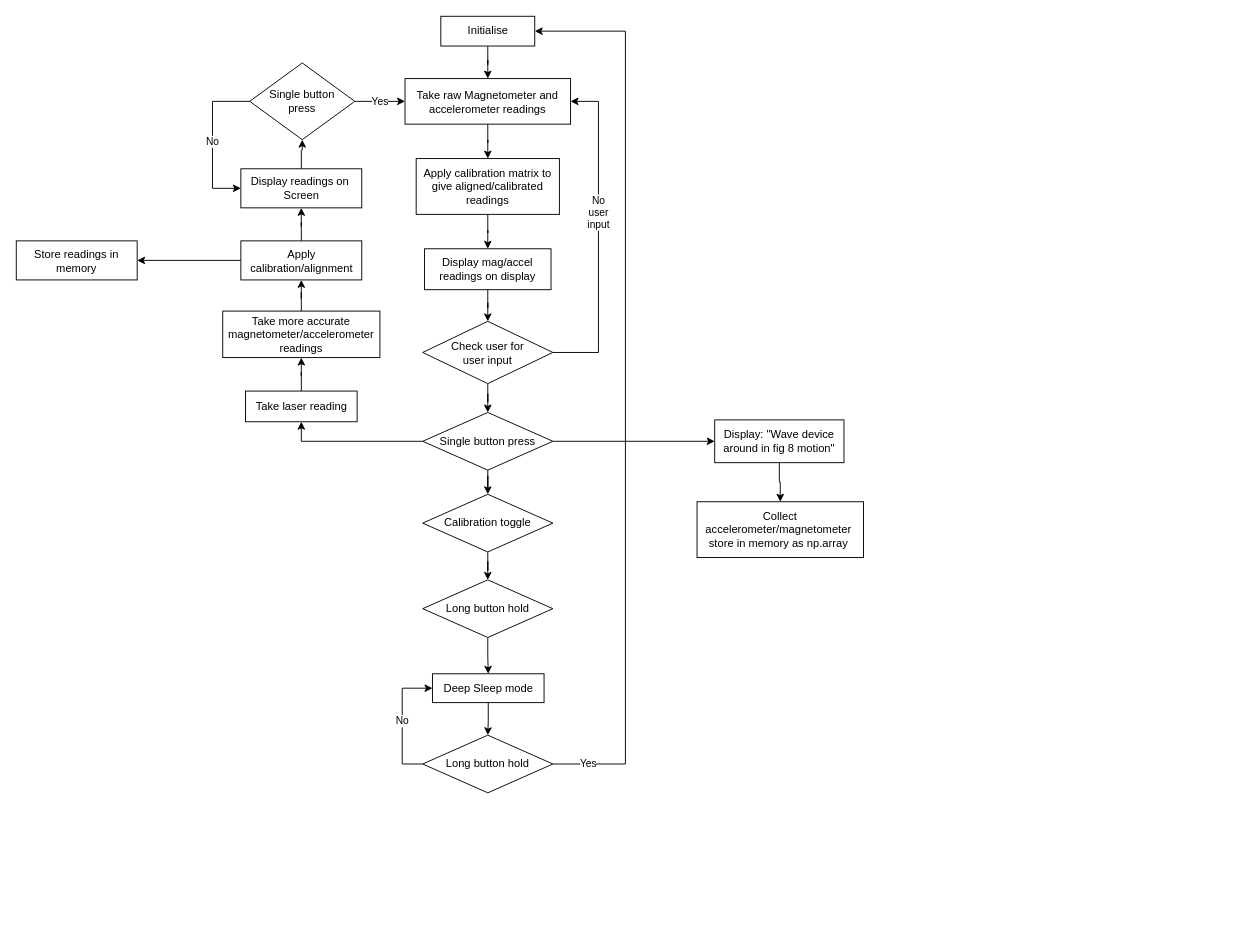
blhall195/Cwmorthin keeps this draw.io diagram as Untitled Diagram.drawio. Above is the earlier version. Source tidied: cells renumbered, new cells numbered last; positions are measured from the earlier drawing's top-left corner, leaving out a move shared by most shapes. Both pictures are drawn from the tidied source at 93%, with x=0, y=0 at pixel (16, 16).
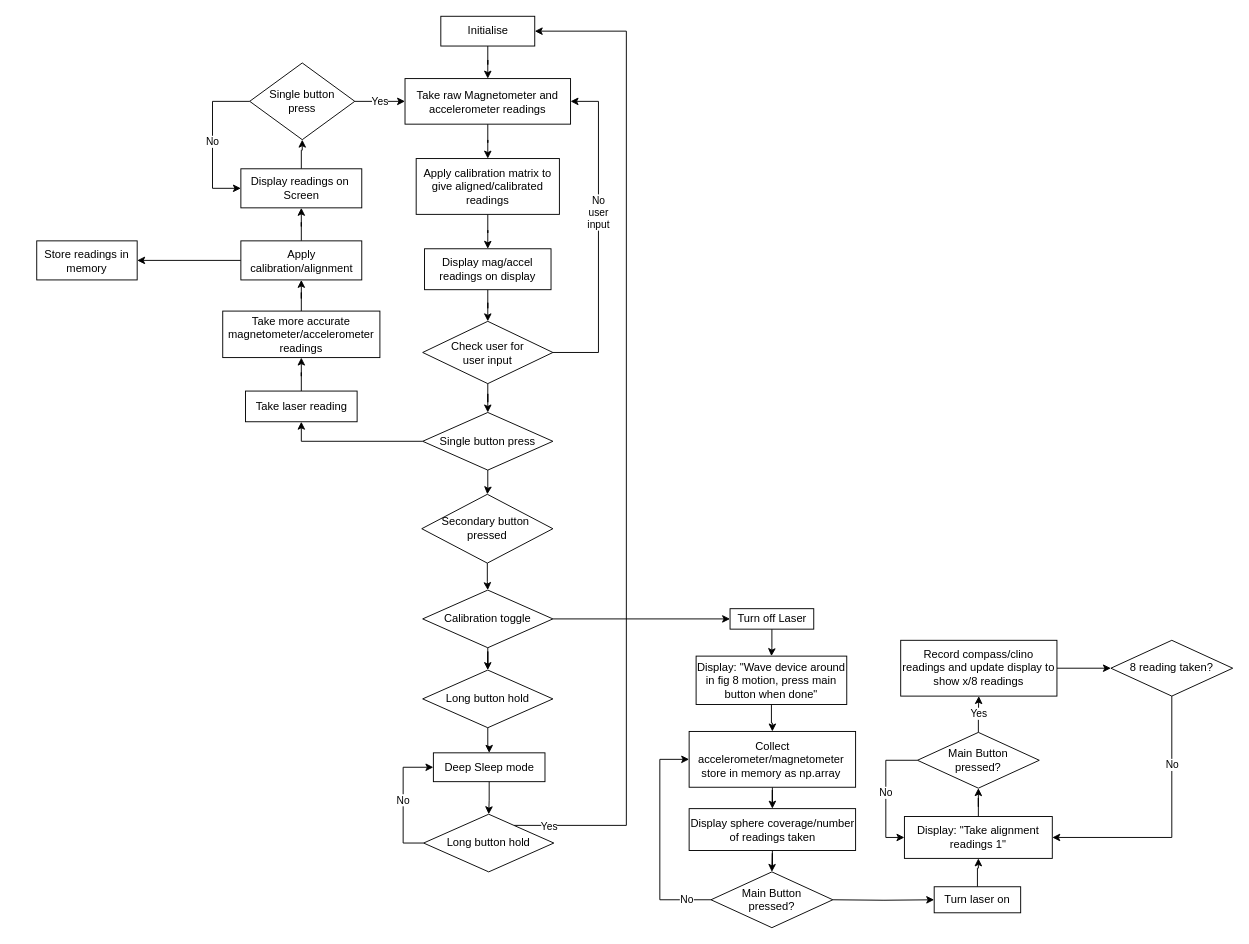
Above is the later version.

The change refers to these unchanged cells:
```xml
<mxCell id="3" value="Initialise" style="rounded=0;whiteSpace=wrap;html=1;fontFamily=Helvetica;fontSize=12;fontColor=#000000;align=center;" parent="1" vertex="1">
  <mxGeometry x="456.5" width="101" height="32" as="geometry" />
</mxCell>
<mxCell id="17" value="Single button press" style="rhombus;whiteSpace=wrap;html=1;fontColor=#000000;" parent="1" vertex="1">
  <mxGeometry x="437" y="426" width="140" height="62" as="geometry" />
</mxCell>
```

What changed in the source:
```diff
@@
-    <mxCell id="16" style="edgeStyle=orthogonalEdgeStyle;rounded=0;jettySize=auto;html=1;" parent="1" edge="1" source="17" target="41">
-      <mxGeometry relative="1" as="geometry" />
-    </mxCell>
@@
-    <mxCell id="18" style="edgeStyle=orthogonalEdgeStyle;rounded=0;jettySize=auto;html=1;" parent="1" edge="1" source="19" target="21">
-      <mxGeometry relative="1" as="geometry" />
-    </mxCell>
+    <mxCell id="43" style="edgeStyle=orthogonalEdgeStyle;rounded=0;jettySize=auto;html=1;" parent="1" edge="1" source="19" target="50">
+      <mxGeometry relative="1" as="geometry" />
+    </mxCell>
-    <mxCell id="19" value="Calibration toggle" style="rhombus;whiteSpace=wrap;html=1;fontColor=#000000;" parent="1" vertex="1">
-      <mxGeometry x="437" y="514" width="140" height="62" as="geometry" />
+    <mxCell id="19" value="Secondary button&amp;nbsp;&lt;br&gt;pressed" style="rhombus;whiteSpace=wrap;html=1;fontColor=#000000;" parent="1" vertex="1">
+      <mxGeometry x="436" y="514" width="141" height="74" as="geometry" />
     </mxCell>
@@
     <mxCell id="21" value="Long button hold" style="rhombus;whiteSpace=wrap;html=1;fontColor=#000000;" parent="1" vertex="1">
-      <mxGeometry x="437" y="606" width="140" height="62" as="geometry" />
+      <mxGeometry x="437" y="703" width="140" height="62" as="geometry" />
     </mxCell>
@@
     <mxCell id="23" value="Deep Sleep mode" style="whiteSpace=wrap;html=1;fontColor=#000000;" parent="1" vertex="1">
-      <mxGeometry x="447.5" y="707" width="120" height="31" as="geometry" />
+      <mxGeometry x="448.5" y="792" width="120" height="31" as="geometry" />
     </mxCell>
+    <mxCell id="25" value="No" style="edgeStyle=orthogonalEdgeStyle;rounded=0;jettySize=auto;html=1;entryX=0;entryY=0.5;entryDx=0;entryDy=0;" parent="1" edge="1" source="26" target="23">
+      <mxGeometry relative="1" as="geometry">
+        <Array as="points">
+          <mxPoint x="416" y="889" />
+          <mxPoint x="416" y="808" />
+        </Array>
+      </mxGeometry>
+    </mxCell>
-    <mxCell id="24" value="Yes" style="edgeStyle=orthogonalEdgeStyle;rounded=0;jettySize=auto;html=1;entryX=1;entryY=0.5;entryDx=0;entryDy=0;" parent="1" edge="1" source="26" target="3">
-      <mxGeometry x="-0.92" relative="1" as="geometry">
+    <mxCell id="24" style="edgeStyle=orthogonalEdgeStyle;rounded=0;jettySize=auto;html=1;entryX=1;entryY=0.5;entryDx=0;entryDy=0;" parent="1" edge="1" source="26" target="3">
+      <mxGeometry relative="1" as="geometry">
         <Array as="points">
-          <mxPoint x="655" y="804" />
-          <mxPoint x="655" y="16" />
+          <mxPoint x="656" y="870" />
+          <mxPoint x="656" y="16" />
         </Array>
-        <mxPoint x="-1" as="offset" />
       </mxGeometry>
     </mxCell>
-    <mxCell id="25" value="No" style="edgeStyle=orthogonalEdgeStyle;rounded=0;jettySize=auto;html=1;entryX=0;entryY=0.5;entryDx=0;entryDy=0;" parent="1" edge="1" source="26" target="23">
-      <mxGeometry relative="1" as="geometry">
-        <Array as="points">
-          <mxPoint x="415" y="804" />
-          <mxPoint x="415" y="723" />
-        </Array>
-      </mxGeometry>
-    </mxCell>
+    <mxCell id="44" value="Yes" style="edgeLabel;html=1;align=center;verticalAlign=middle;" parent="24" vertex="1">
+      <mxGeometry x="-0.9" y="2" relative="1" as="geometry">
+        <mxPoint x="-17" y="2" as="offset" />
+      </mxGeometry>
+    </mxCell>
     <mxCell id="26" value="Long button hold" style="rhombus;whiteSpace=wrap;html=1;fontColor=#000000;" parent="1" vertex="1">
-      <mxGeometry x="437" y="773" width="140" height="62" as="geometry" />
+      <mxGeometry x="438" y="858" width="140" height="62" as="geometry" />
     </mxCell>
@@
     <mxCell id="36" value="Store readings in memory" style="rounded=0;whiteSpace=wrap;html=1;" parent="1" vertex="1">
-      <mxGeometry y="241.5" width="130" height="42" as="geometry" />
+      <mxGeometry x="22" y="241.5" width="108" height="42" as="geometry" />
     </mxCell>
@@
-    <mxCell id="40" style="edgeStyle=orthogonalEdgeStyle;rounded=0;jettySize=auto;html=1;" parent="1" edge="1" source="41" target="42">
+    <mxCell id="40" style="edgeStyle=orthogonalEdgeStyle;rounded=0;jettySize=auto;html=1;entryX=0.5;entryY=0;entryDx=0;entryDy=0;" parent="1" edge="1" source="41" target="42">
       <mxGeometry relative="1" as="geometry" />
     </mxCell>
-    <mxCell id="41" value="Display: &quot;Wave device around in fig 8 motion&quot;" style="whiteSpace=wrap;html=1;fontColor=#000000;" parent="1" vertex="1">
-      <mxGeometry x="751" y="434" width="139" height="46" as="geometry" />
+    <mxCell id="41" value="Display: &quot;Wave device around in fig 8 motion, press main button when done&quot;" style="whiteSpace=wrap;html=1;fontColor=#000000;" parent="1" vertex="1">
+      <mxGeometry x="731" y="688" width="162" height="52" as="geometry" />
     </mxCell>
+    <mxCell id="45" style="edgeStyle=orthogonalEdgeStyle;rounded=0;jettySize=auto;html=1;" parent="1" edge="1" source="42" target="47">
+      <mxGeometry relative="1" as="geometry" />
+    </mxCell>
     <mxCell id="42" value="Collect accelerometer/magnetometer&amp;nbsp;&lt;br&gt;store in memory as np.array&amp;nbsp;" style="whiteSpace=wrap;html=1;fontColor=#000000;" parent="1" vertex="1">
-      <mxGeometry x="732" y="522" width="179" height="60" as="geometry" />
+      <mxGeometry x="723.5" y="769" width="179" height="60" as="geometry" />
     </mxCell>
+    <mxCell id="46" style="edgeStyle=orthogonalEdgeStyle;rounded=0;jettySize=auto;html=1;" parent="1" edge="1" source="47">
+      <mxGeometry relative="1" as="geometry">
+        <mxPoint x="812.5" y="920" as="targetPoint" />
+      </mxGeometry>
+    </mxCell>
+    <mxCell id="47" value="Display sphere coverage/number of readings taken" style="whiteSpace=wrap;html=1;fontColor=#000000;" parent="1" vertex="1">
+      <mxGeometry x="723.5" y="852" width="179" height="45" as="geometry" />
+    </mxCell>
+    <mxCell id="48" style="edgeStyle=orthogonalEdgeStyle;rounded=0;jettySize=auto;html=1;" parent="1" edge="1" source="50" target="21">
+      <mxGeometry relative="1" as="geometry" />
+    </mxCell>
+    <mxCell id="49" style="edgeStyle=orthogonalEdgeStyle;rounded=0;jettySize=auto;html=1;entryX=0;entryY=0.5;entryDx=0;entryDy=0;" parent="1" edge="1" source="50" target="62">
+      <mxGeometry relative="1" as="geometry" />
+    </mxCell>
+    <mxCell id="50" value="Calibration toggle" style="rhombus;whiteSpace=wrap;html=1;fontColor=#000000;" parent="1" vertex="1">
+      <mxGeometry x="437" y="617" width="140" height="62" as="geometry" />
+    </mxCell>
+    <mxCell id="51" style="edgeStyle=orthogonalEdgeStyle;rounded=0;jettySize=auto;html=1;" parent="1" edge="1" target="64">
+      <mxGeometry relative="1" as="geometry">
+        <mxPoint x="878" y="950" as="sourcePoint" />
+      </mxGeometry>
+    </mxCell>
+    <mxCell id="52" value="No" style="edgeStyle=orthogonalEdgeStyle;rounded=0;jettySize=auto;html=1;entryX=0;entryY=0.5;entryDx=0;entryDy=0;" parent="1" edge="1" source="53" target="42">
+      <mxGeometry x="-0.78" relative="1" as="geometry">
+        <Array as="points">
+          <mxPoint x="692" y="950" />
+          <mxPoint x="692" y="799" />
+        </Array>
+      </mxGeometry>
+    </mxCell>
+    <mxCell id="53" value="Main Button &lt;br&gt;pressed?" style="rhombus;whiteSpace=wrap;html=1;fontColor=#000000;" parent="1" vertex="1">
+      <mxGeometry x="747" y="920" width="131" height="60" as="geometry" />
+    </mxCell>
+    <mxCell id="54" style="edgeStyle=orthogonalEdgeStyle;rounded=0;jettySize=auto;html=1;entryX=0.5;entryY=1;entryDx=0;entryDy=0;" parent="1" edge="1" source="55" target="58">
+      <mxGeometry relative="1" as="geometry" />
+    </mxCell>
+    <mxCell id="55" value="Display: &quot;Take alignment readings 1&quot;" style="whiteSpace=wrap;html=1;fontColor=#000000;" parent="1" vertex="1">
+      <mxGeometry x="955" y="860.5" width="159" height="45" as="geometry" />
+    </mxCell>
+    <mxCell id="56" value="Yes" style="edgeStyle=orthogonalEdgeStyle;rounded=0;jettySize=auto;html=1;" parent="1" edge="1" source="58" target="60">
+      <mxGeometry relative="1" as="geometry" />
+    </mxCell>
+    <mxCell id="57" value="No" style="edgeStyle=orthogonalEdgeStyle;rounded=0;jettySize=auto;html=1;entryX=0;entryY=0.5;entryDx=0;entryDy=0;" parent="1" edge="1" source="58" target="55">
+      <mxGeometry relative="1" as="geometry">
+        <Array as="points">
+          <mxPoint x="935" y="800" />
+          <mxPoint x="935" y="883" />
+        </Array>
+      </mxGeometry>
+    </mxCell>
+    <mxCell id="58" value="Main Button &lt;br&gt;pressed?" style="rhombus;whiteSpace=wrap;html=1;fontColor=#000000;" parent="1" vertex="1">
+      <mxGeometry x="969" y="770" width="131" height="60" as="geometry" />
+    </mxCell>
+    <mxCell id="59" style="edgeStyle=orthogonalEdgeStyle;rounded=0;jettySize=auto;html=1;" parent="1" edge="1" source="60" target="66">
+      <mxGeometry relative="1" as="geometry" />
+    </mxCell>
+    <mxCell id="60" value="Record compass/clino readings and update display to show x/8 readings" style="whiteSpace=wrap;html=1;fontColor=#000000;" parent="1" vertex="1">
+      <mxGeometry x="951" y="671" width="168" height="60" as="geometry" />
+    </mxCell>
+    <mxCell id="61" style="edgeStyle=orthogonalEdgeStyle;rounded=0;jettySize=auto;html=1;entryX=0.5;entryY=0;entryDx=0;entryDy=0;" parent="1" edge="1" source="62" target="41">
+      <mxGeometry relative="1" as="geometry" />
+    </mxCell>
+    <mxCell id="62" value="Turn off Laser" style="whiteSpace=wrap;html=1;fontColor=#000000;" parent="1" vertex="1">
+      <mxGeometry x="767.5" y="637" width="90" height="22" as="geometry" />
+    </mxCell>
+    <mxCell id="63" style="edgeStyle=orthogonalEdgeStyle;rounded=0;jettySize=auto;html=1;entryX=0.5;entryY=1;entryDx=0;entryDy=0;" parent="1" edge="1" source="64" target="55">
+      <mxGeometry relative="1" as="geometry" />
+    </mxCell>
+    <mxCell id="64" value="Turn laser on" style="whiteSpace=wrap;html=1;fontColor=#000000;" parent="1" vertex="1">
+      <mxGeometry x="987" y="936" width="93" height="28" as="geometry" />
+    </mxCell>
+    <mxCell id="65" value="No" style="edgeStyle=orthogonalEdgeStyle;rounded=0;jettySize=auto;html=1;entryX=1;entryY=0.5;entryDx=0;entryDy=0;" parent="1" edge="1" source="66" target="55">
+      <mxGeometry x="-0.47" relative="1" as="geometry">
+        <Array as="points">
+          <mxPoint x="1242" y="883" />
+        </Array>
+      </mxGeometry>
+    </mxCell>
+    <mxCell id="66" value="8 reading taken?" style="rhombus;whiteSpace=wrap;html=1;fontColor=#000000;" parent="1" vertex="1">
+      <mxGeometry x="1177" y="671" width="131" height="60" as="geometry" />
+    </mxCell>
```
